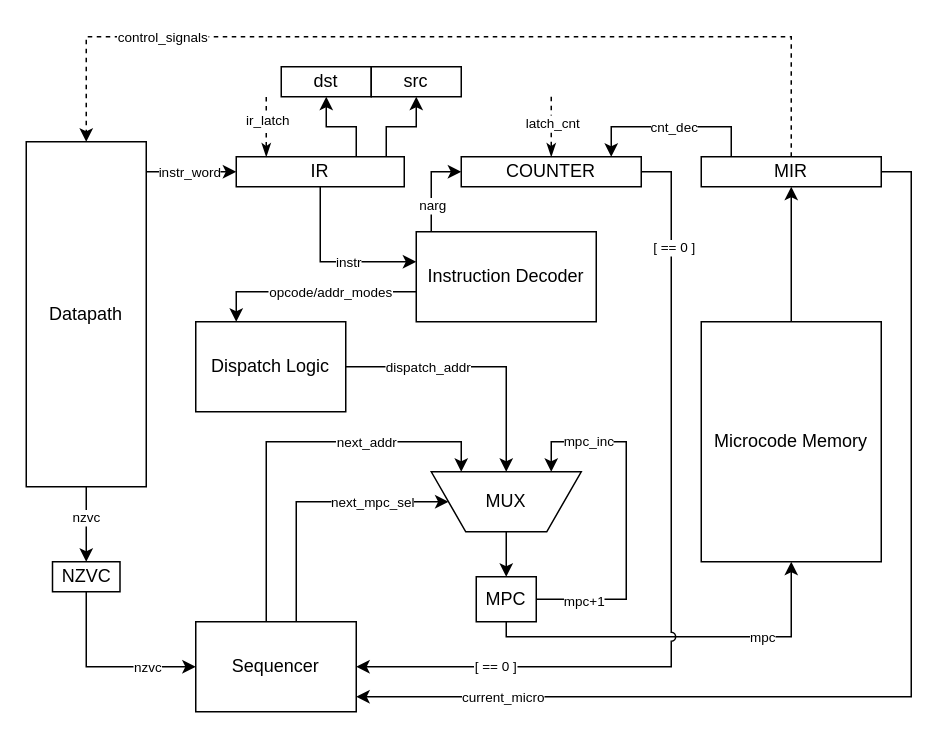
Above: scheme/csa_lab4_control_unit_scheme.drawio in xtern0o/csa_lab4 (draw.io), before the change. Source tidied: cells renumbered, new cells numbered last; positions are measured from the earlier drawing's top-left corner, leaving out a move shared by most shapes. Both pictures are drawn from the tidied source at 150%, with x=0, y=0 at pixel (26, 36).
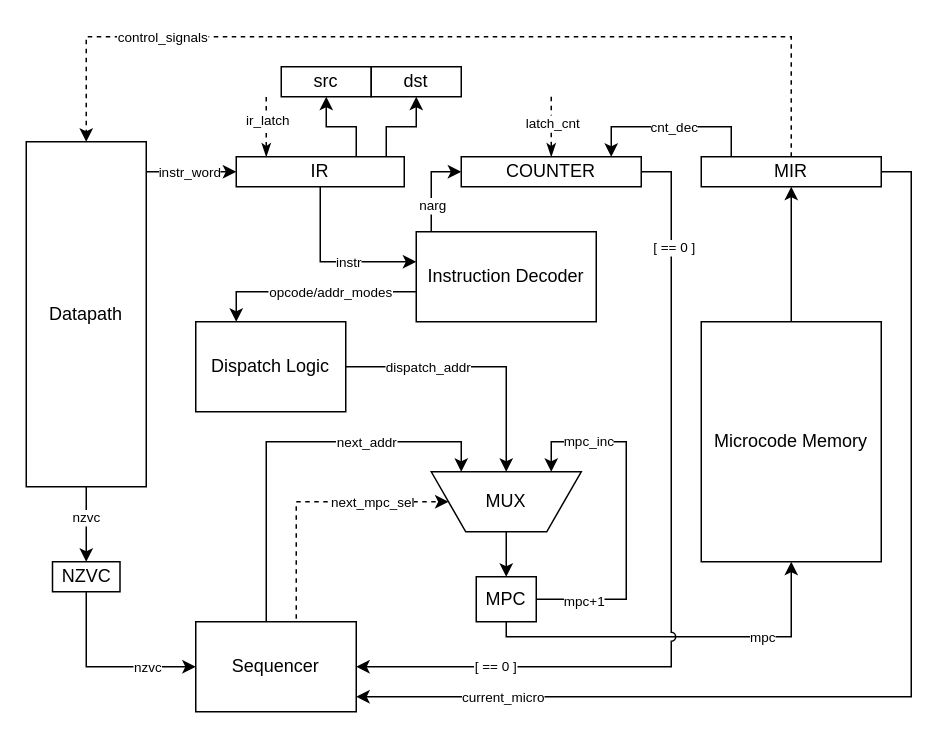
The same diagram, later.

The change refers to these unchanged cells:
```xml
<mxCell id="13" value="MUX" style="verticalLabelPosition=middle;verticalAlign=middle;html=1;shape=trapezoid;perimeter=trapezoidPerimeter;whiteSpace=wrap;size=0.23;arcSize=10;flipV=1;labelPosition=center;align=center;legacyAnchorPoints=0;direction=east;" parent="1" vertex="1">
  <mxGeometry x="270" y="290" width="100" height="40" as="geometry" />
</mxCell>
```

Diff of the diagram source:
```diff
@@
-    <mxCell id="34" style="edgeStyle=orthogonalEdgeStyle;rounded=0;jettySize=auto;html=1;" parent="1" edge="1" target="13">
+    <mxCell id="34" style="edgeStyle=orthogonalEdgeStyle;rounded=0;jettySize=auto;html=1;dashed=1;" parent="1" edge="1" target="13">
       <mxGeometry relative="1" as="geometry">
         <mxPoint x="220" y="390" as="sourcePoint" />
         <Array as="points">
           <mxPoint x="180" y="390" />
           <mxPoint x="180" y="310" />
         </Array>
       </mxGeometry>
     </mxCell>
@@
-    <mxCell id="53" value="dst" style="rounded=0;whiteSpace=wrap;html=1;" parent="1" vertex="1">
+    <mxCell id="53" value="src" style="rounded=0;whiteSpace=wrap;html=1;" parent="1" vertex="1">
       <mxGeometry x="170" y="20" width="60" height="20" as="geometry" />
     </mxCell>
-    <mxCell id="54" value="src" style="rounded=0;whiteSpace=wrap;html=1;" parent="1" vertex="1">
+    <mxCell id="54" value="dst" style="rounded=0;whiteSpace=wrap;html=1;" parent="1" vertex="1">
       <mxGeometry x="230" y="20" width="60" height="20" as="geometry" />
     </mxCell>
```
